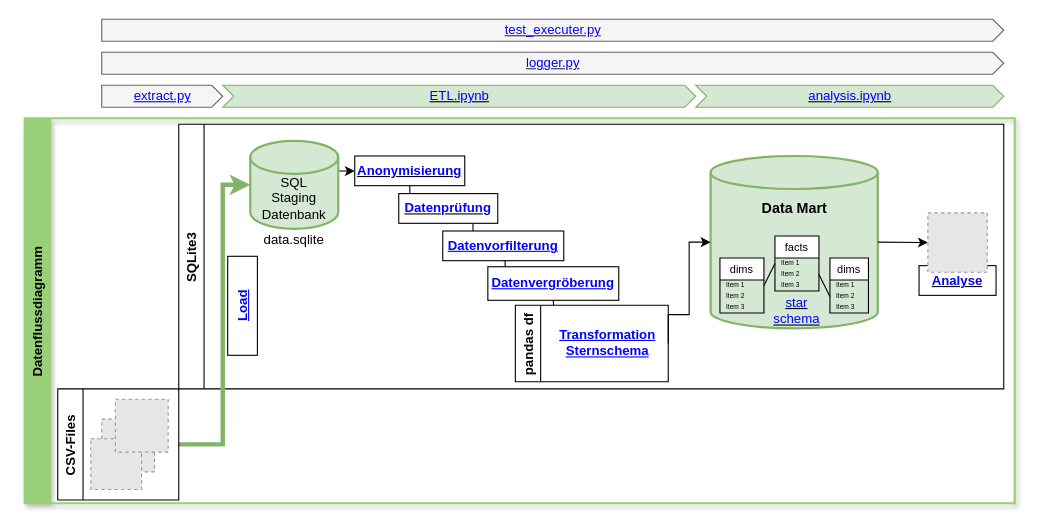
Above: images/Datenflussdiagramm.drawio in Fuenfgeld/DMA2022DataProjectC (draw.io), before the change. Source tidied: cells renumbered, new cells numbered last; positions are measured from the earlier drawing's top-left corner, leaving out a move shared by most shapes. Both pictures are drawn from the tidied source at 110%, with x=0, y=0 at pixel (24, 19). Pictures stored in the file or linked from it are replaced by grey dashed boxes.
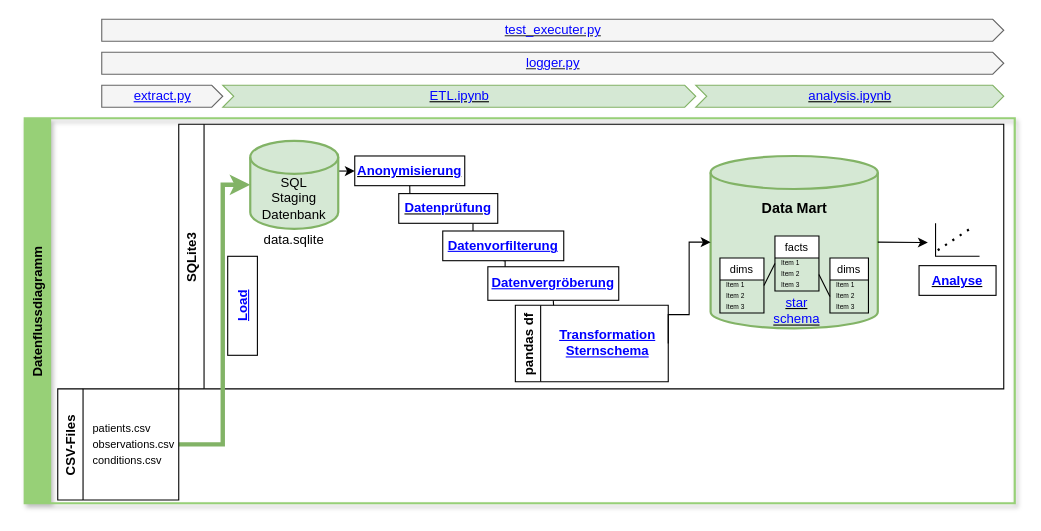
The same diagram, later.

The change refers to these unchanged cells:
```xml
<mxCell id="3" value="SQLite3" style="swimlane;horizontal=0;startSize=23;" parent="2" vertex="1">
  <mxGeometry x="140" y="5.5" width="750" height="240.5" as="geometry" />
</mxCell>
<mxCell id="8" style="shape=cylinder3;whiteSpace=wrap;html=1;boundedLbl=1;backgroundOutline=3;size=15;strokeColor=#82b366;fillColor=#d5e8d4;strokeWidth=2;align=center;" parent="3" vertex="1">
  <mxGeometry x="483.5" y="28.8" width="152" height="156.7" as="geometry" />
</mxCell>
<mxCell id="40" value="CSV-Files" style="swimlane;horizontal=0;labelBorderColor=none;strokeColor=default;fillColor=default;" parent="1" vertex="1">
  <mxGeometry x="30" y="336" width="110" height="101" as="geometry" />
</mxCell>
```

What changed in the source:
```diff
@@
-    <mxCell id="28" style="edgeStyle=none;rounded=0;jettySize=auto;html=1;exitX=1;exitY=0.5;exitDx=0;exitDy=0;exitPerimeter=0;entryX=0;entryY=0.5;entryDx=0;entryDy=0;" parent="3" edge="1" source="8" target="38">
-      <mxGeometry relative="1" as="geometry" />
+    <mxCell id="28" style="edgeStyle=none;rounded=0;jettySize=auto;html=1;exitX=1;exitY=0.5;exitDx=0;exitDy=0;exitPerimeter=0;entryX=0;entryY=0.5;entryDx=0;entryDy=0;" parent="3" edge="1" source="8">
+      <mxGeometry relative="1" as="geometry">
+        <mxPoint x="681" y="107.5" as="targetPoint" />
+      </mxGeometry>
     </mxCell>
@@
-    <mxCell id="38" style="fillColor=#E6E6E6;strokeColor=#999999;dashed=1;html=1;verticalAlign=top;verticalLabelPosition=bottom;labelBackgroundColor=#ffffff;" parent="3" vertex="1">
-      <mxGeometry x="681" y="80.5" width="54" height="54" as="geometry" />
-    </mxCell>
+    <mxCell id="49" style="endArrow=none;html=1;rounded=0;fontFamily=Helvetica;fontSize=12;fontColor=default;" parent="3" edge="1">
+      <mxGeometry relative="1" as="geometry">
+        <mxPoint x="728" y="120" as="sourcePoint" />
+        <mxPoint x="688" y="90" as="targetPoint" />
+        <Array as="points">
+          <mxPoint x="688" y="120" />
+        </Array>
+      </mxGeometry>
+    </mxCell>
@@
-    <mxCell id="41" style="fillColor=#E6E6E6;strokeColor=#999999;dashed=1;html=1;verticalAlign=top;verticalLabelPosition=bottom;labelBackgroundColor=#ffffff;" parent="40" vertex="1">
-      <mxGeometry x="40" y="27.5" width="48" height="48" as="geometry" />
-    </mxCell>
-    <mxCell id="42" style="fillColor=#E6E6E6;strokeColor=#999999;dashed=1;html=1;verticalAlign=top;verticalLabelPosition=bottom;labelBackgroundColor=#ffffff;" parent="40" vertex="1">
-      <mxGeometry x="30" y="45.3" width="46.2" height="46.2" as="geometry" />
-    </mxCell>
-    <mxCell id="43" style="fillColor=#E6E6E6;strokeColor=#999999;dashed=1;html=1;verticalAlign=top;verticalLabelPosition=bottom;labelBackgroundColor=#97D077;fontColor=#000000;" parent="40" vertex="1">
-      <mxGeometry x="52.4" y="9.5" width="48" height="48" as="geometry" />
-    </mxCell>
+    <mxCell id="50" value="&lt;font style=&quot;font-size: 10px;&quot;&gt;patients.csv&lt;br&gt;observations.csv&lt;br&gt;conditions.csv&lt;/font&gt;" style="text;html=1;strokeColor=none;fillColor=none;align=left;verticalAlign=middle;whiteSpace=wrap;rounded=0;shadow=1;labelBackgroundColor=#ffffff;fontFamily=Helvetica;fontSize=12;fontColor=default;" parent="40" vertex="1">
+      <mxGeometry x="30" y="38.2" width="60" height="24.5" as="geometry" />
+    </mxCell>
@@
+    <mxCell id="51" style="endArrow=none;dashed=1;html=1;dashPattern=1 3;strokeWidth=2;rounded=0;fontFamily=Helvetica;fontSize=12;fontColor=default;" parent="1" edge="1">
+      <mxGeometry relative="1" as="geometry">
+        <mxPoint x="830" y="210" as="sourcePoint" />
+        <mxPoint x="860" y="190" as="targetPoint" />
+      </mxGeometry>
+    </mxCell>
```
